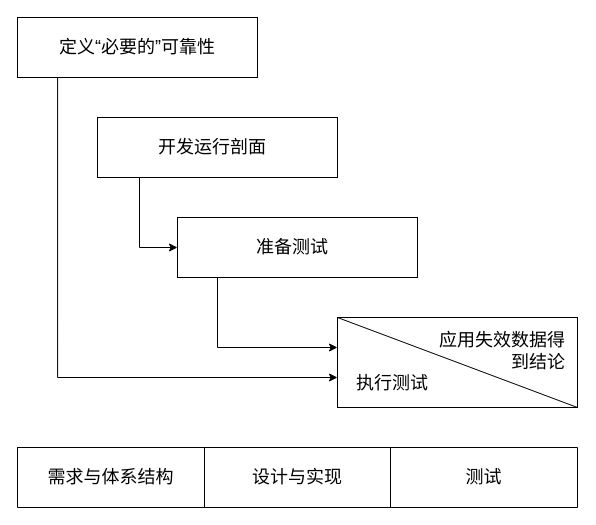
The draw.io diagram drawio/l1.drawio in happinessandlove/Pic, before the edit. Source tidied: cells renumbered, new cells numbered last; positions are measured from the earlier drawing's top-left corner, leaving out a move shared by most shapes. Both pictures are drawn from the tidied source at 100%, with x=0, y=0 at pixel (17, 17).
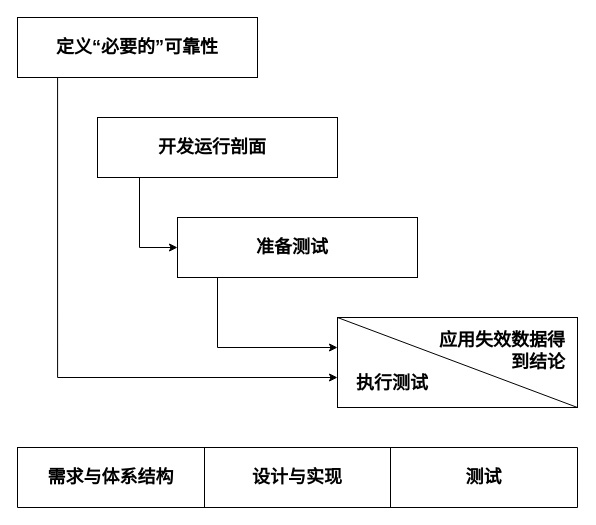
After the change.

Unchanged cells that the change refers to:
```xml
<mxCell id="16" style="shape=tableRow;horizontal=0;startSize=0;swimlaneHead=0;swimlaneBody=0;top=0;left=0;bottom=0;right=0;fillColor=none;fontSize=18;" parent="15" vertex="1">
  <mxGeometry width="560" height="60" as="geometry" />
</mxCell>
```

The edit, as a diff of the source:
```diff
@@
-    <mxCell id="3" value="定义“必要的”可靠性" style="text;html=1;strokeColor=none;fillColor=none;align=center;verticalAlign=middle;whiteSpace=wrap;rounded=0;fontSize=18;fontStyle=0;" parent="1" vertex="1">
+    <mxCell id="3" value="定义“必要的”可靠性" style="text;html=1;strokeColor=none;fillColor=none;align=center;verticalAlign=middle;whiteSpace=wrap;rounded=0;fontSize=18;fontStyle=1;" parent="1" vertex="1">
       <mxGeometry x="35" y="6.2" width="170" height="47.5" as="geometry" />
     </mxCell>
@@
-    <mxCell id="11" value="开发运行剖面" style="text;html=1;strokeColor=none;fillColor=none;align=center;verticalAlign=middle;whiteSpace=wrap;rounded=0;fontSize=18;fontStyle=0;" parent="1" vertex="1">
+    <mxCell id="11" value="开发运行剖面" style="text;html=1;strokeColor=none;fillColor=none;align=center;verticalAlign=middle;whiteSpace=wrap;rounded=0;fontSize=18;fontStyle=1;" parent="1" vertex="1">
       <mxGeometry x="110" y="106.2" width="170" height="47.5" as="geometry" />
     </mxCell>
-    <mxCell id="12" value="准备测试" style="text;html=1;strokeColor=none;fillColor=none;align=center;verticalAlign=middle;whiteSpace=wrap;rounded=0;fontSize=18;fontStyle=0;" parent="1" vertex="1">
+    <mxCell id="12" value="准备测试" style="text;html=1;strokeColor=none;fillColor=none;align=center;verticalAlign=middle;whiteSpace=wrap;rounded=0;fontSize=18;fontStyle=1;" parent="1" vertex="1">
       <mxGeometry x="190" y="206.2" width="170" height="47.5" as="geometry" />
     </mxCell>
-    <mxCell id="13" value="执行测试" style="text;html=1;strokeColor=none;fillColor=none;align=center;verticalAlign=middle;whiteSpace=wrap;rounded=0;fontSize=18;fontStyle=0;" parent="1" vertex="1">
+    <mxCell id="13" value="执行测试" style="text;html=1;strokeColor=none;fillColor=none;align=center;verticalAlign=middle;whiteSpace=wrap;rounded=0;fontSize=18;fontStyle=1;" parent="1" vertex="1">
       <mxGeometry x="290" y="342.5" width="170" height="47.5" as="geometry" />
     </mxCell>
-    <mxCell id="14" value="应用失效数据得&lt;br&gt;到结论" style="text;html=1;strokeColor=none;fillColor=none;align=right;verticalAlign=middle;whiteSpace=wrap;rounded=0;fontSize=18;fontStyle=0;" parent="1" vertex="1">
+    <mxCell id="14" value="应用失效数据得&lt;br&gt;到结论" style="text;html=1;strokeColor=none;fillColor=none;align=right;verticalAlign=middle;whiteSpace=wrap;rounded=0;fontSize=18;fontStyle=1;" parent="1" vertex="1">
       <mxGeometry x="380" y="310" width="170" height="47.5" as="geometry" />
     </mxCell>
-    <mxCell id="15" style="shape=table;html=1;whiteSpace=wrap;startSize=0;childLayout=tableLayout;fontSize=18;" parent="1" vertex="1">
+    <mxCell id="15" style="shape=table;html=1;whiteSpace=wrap;startSize=0;childLayout=tableLayout;fontSize=18;fontStyle=1;" parent="1" vertex="1">
       <mxGeometry y="430" width="560" height="60" as="geometry" />
     </mxCell>
@@
-    <mxCell id="17" value="需求与体系结构" style="shape=partialRectangle;html=1;whiteSpace=wrap;fillColor=none;top=0;left=0;bottom=0;right=0;overflow=hidden;fontSize=18;" parent="16" vertex="1">
+    <mxCell id="17" value="&lt;b&gt;需求与体系结构&lt;/b&gt;" style="shape=partialRectangle;html=1;whiteSpace=wrap;fillColor=none;top=0;left=0;bottom=0;right=0;overflow=hidden;fontSize=18;" parent="16" vertex="1">
       <mxGeometry width="187" height="60" as="geometry" />
     </mxCell>
-    <mxCell id="18" value="设计与实现" style="shape=partialRectangle;html=1;whiteSpace=wrap;fillColor=none;top=0;left=0;bottom=0;right=0;overflow=hidden;fontSize=18;" parent="16" vertex="1">
+    <mxCell id="18" value="&lt;b&gt;设计与实现&lt;/b&gt;" style="shape=partialRectangle;html=1;whiteSpace=wrap;fillColor=none;top=0;left=0;bottom=0;right=0;overflow=hidden;fontSize=18;" parent="16" vertex="1">
       <mxGeometry x="187" width="186" height="60" as="geometry" />
     </mxCell>
-    <mxCell id="19" value="测试" style="shape=partialRectangle;html=1;whiteSpace=wrap;fillColor=none;top=0;left=0;bottom=0;right=0;overflow=hidden;fontSize=18;" parent="16" vertex="1">
+    <mxCell id="19" value="&lt;b&gt;测试&lt;/b&gt;" style="shape=partialRectangle;html=1;whiteSpace=wrap;fillColor=none;top=0;left=0;bottom=0;right=0;overflow=hidden;fontSize=18;" parent="16" vertex="1">
       <mxGeometry x="373" width="187" height="60" as="geometry" />
     </mxCell>
```
